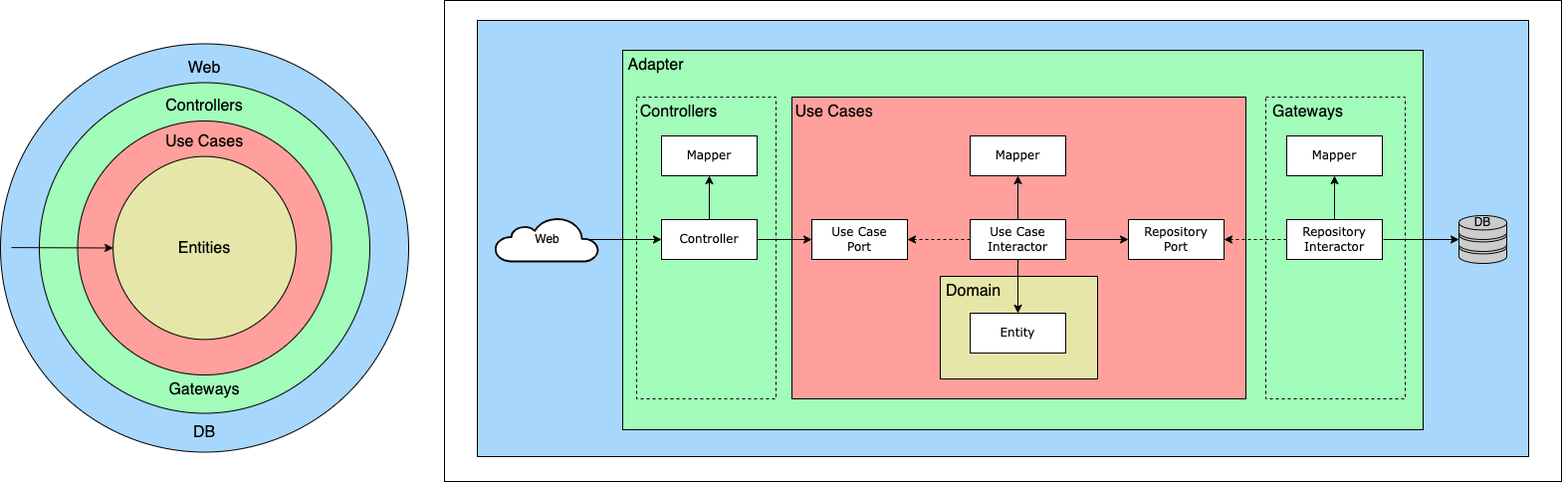
Jiei-S/clean-architecture-go keeps this draw.io diagram as architecture.drawio.png. Above is the earlier version. Source tidied: cells renumbered, new cells last; positions are measured from the earlier drawing's top-left corner, leaving out a move shared by most shapes.
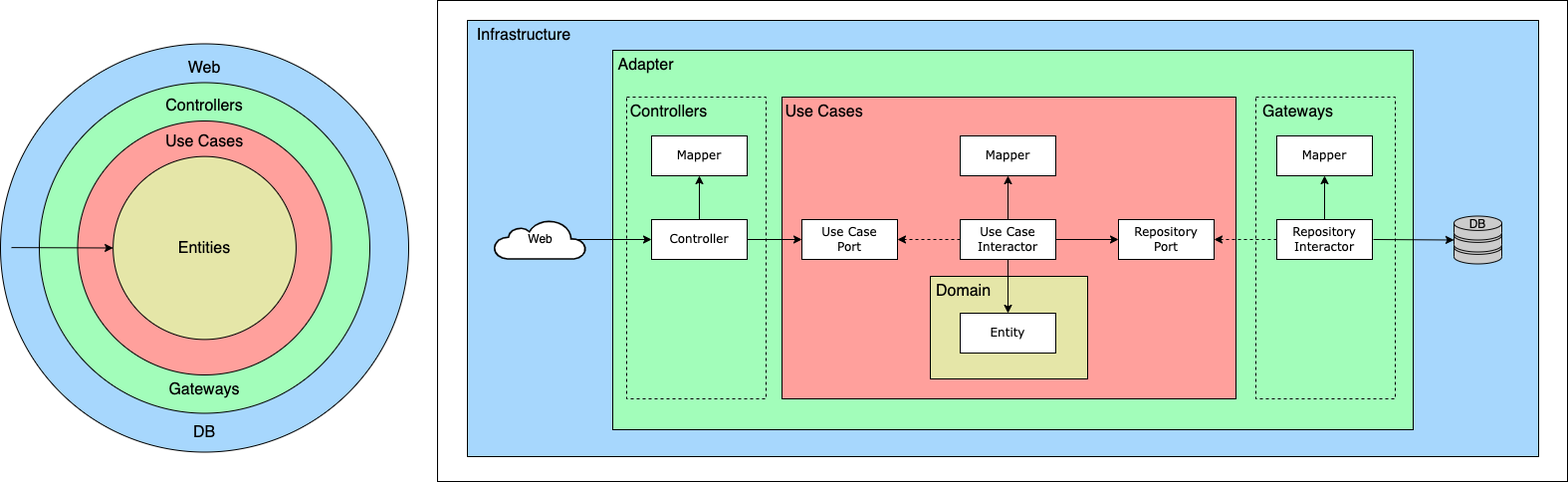
After the change.

Diff of the diagram source:
```diff
@@ -3,10 +3,10 @@
     <mxCell id="0" />
     <mxCell id="1" parent="0" />
     <mxCell id="2" style="whiteSpace=wrap;html=1;fontColor=#000000;fillColor=#fff;strokeColor=#000;" parent="1" vertex="1">
-      <mxGeometry x="446" width="1122" height="483" as="geometry" />
+      <mxGeometry x="449" width="1135" height="483" as="geometry" />
     </mxCell>
     <mxCell id="3" style="whiteSpace=wrap;html=1;fontColor=#000000;fillColor=#A7D7FD;strokeColor=#000;" parent="1" vertex="1">
-      <mxGeometry x="479" y="20" width="1056" height="438" as="geometry" />
+      <mxGeometry x="479" y="20" width="1076" height="438" as="geometry" />
     </mxCell>
     <mxCell id="4" style="whiteSpace=wrap;html=1;fontColor=#000000;fillColor=#A2FDBA;strokeColor=#000;" parent="1" vertex="1">
       <mxGeometry x="625" y="50" width="804" height="381" as="geometry" />
@@ -57,10 +57,10 @@
       <mxGeometry x="974" y="314" width="96" height="40" as="geometry" />
     </mxCell>
     <mxCell id="20" value="Web" style="html=1;fillColor=#fff;strokeColor=#000;gradientColor=none;gradientDirection=north;strokeWidth=2;shape=mxgraph.networks.cloud;fontColor=#000;rounded=0;shadow=0;comic=0;align=center;fontSize=12;" parent="1" vertex="1">
-      <mxGeometry x="497" y="218" width="103.7" height="44" as="geometry" />
+      <mxGeometry x="506" y="220.5" width="91.9" height="39" as="geometry" />
     </mxCell>
     <mxCell id="21" style="fontColor=#0066CC;verticalAlign=top;verticalLabelPosition=bottom;labelPosition=center;align=center;html=1;fillColor=#CCCCCC;strokeColor=#000;gradientColor=none;gradientDirection=north;strokeWidth=2;shape=mxgraph.networks.storage;rounded=0;shadow=0;comic=0;" parent="1" vertex="1">
-      <mxGeometry x="1465" y="216" width="48" height="48" as="geometry" />
+      <mxGeometry x="1470" y="216.5" width="48" height="48" as="geometry" />
     </mxCell>
     <mxCell id="22" value="Adapter" style="text;strokeColor=none;align=center;fillColor=none;html=1;verticalAlign=middle;whiteSpace=wrap;rounded=0;fontSize=16;fontColor=#000;" parent="1" vertex="1">
       <mxGeometry x="625" y="50" width="67" height="30" as="geometry" />
@@ -86,7 +86,7 @@
     <mxCell id="29" value="Mapper" style="whiteSpace=wrap;html=1;rounded=0;shadow=0;comic=0;labelBackgroundColor=none;strokeWidth=1;fontFamily=Verdana;fontSize=12;align=center;fillColor=#ffffff;fontColor=#000000;strokeColor=#000000;" parent="1" vertex="1">
       <mxGeometry x="664" y="136" width="96" height="40" as="geometry" />
     </mxCell>
-    <mxCell id="30" style="edgeStyle=orthogonalEdgeStyle;html=1;labelBackgroundColor=none;startFill=0;endFill=1;fontFamily=Verdana;fontSize=12;strokeColor=#000000;exitX=0.91;exitY=0.5;exitDx=0;exitDy=0;exitPerimeter=0;entryX=0;entryY=0.5;entryDx=0;entryDy=0;" parent="1" edge="1" source="20" target="27">
+    <mxCell id="30" style="html=1;labelBackgroundColor=none;startFill=0;endFill=1;fontFamily=Verdana;fontSize=12;strokeColor=#000000;entryX=0;entryY=0.5;entryDx=0;entryDy=0;exitX=0.91;exitY=0.5;exitDx=0;exitDy=0;exitPerimeter=0;" parent="1" edge="1" source="20" target="27">
       <mxGeometry relative="1" as="geometry" />
     </mxCell>
     <mxCell id="31" value="Controllers" style="text;strokeColor=none;align=center;fillColor=none;html=1;verticalAlign=middle;whiteSpace=wrap;rounded=0;fontSize=16;fontColor=#000;" parent="1" vertex="1">
@@ -104,42 +104,45 @@
       </mxGeometry>
     </mxCell>
     <mxCell id="35" value="DB" style="text;strokeColor=none;align=center;fillColor=none;html=1;verticalAlign=middle;whiteSpace=wrap;rounded=0;dashed=1;fontSize=12;fontColor=#000;" parent="1" vertex="1">
-      <mxGeometry x="1459" y="208" width="60" height="30" as="geometry" />
+      <mxGeometry x="1464" y="210" width="60" height="30" as="geometry" />
     </mxCell>
     <mxCell id="36" style="ellipse;whiteSpace=wrap;html=1;fillColor=#a7d7fd;strokeColor=#000000;" parent="1" vertex="1">
-      <mxGeometry y="43.5" width="410" height="410" as="geometry" />
+      <mxGeometry x="10" y="43.5" width="410" height="410" as="geometry" />
     </mxCell>
     <mxCell id="37" style="ellipse;whiteSpace=wrap;html=1;fillColor=#a2fdba;strokeColor=#000000;" parent="1" vertex="1">
-      <mxGeometry x="39" y="82.5" width="332" height="332" as="geometry" />
+      <mxGeometry x="49" y="82.5" width="332" height="332" as="geometry" />
     </mxCell>
     <mxCell id="38" style="ellipse;whiteSpace=wrap;html=1;fillColor=#ffa09c;strokeColor=#000000;" parent="1" vertex="1">
-      <mxGeometry x="77.5" y="121" width="255" height="255" as="geometry" />
+      <mxGeometry x="87.5" y="121" width="255" height="255" as="geometry" />
     </mxCell>
     <mxCell id="39" style="ellipse;whiteSpace=wrap;html=1;fillColor=#e5e6a8;strokeColor=#000000;" parent="1" vertex="1">
-      <mxGeometry x="113.1" y="156.6" width="183.8" height="183.8" as="geometry" />
+      <mxGeometry x="123.1" y="156.6" width="183.8" height="183.8" as="geometry" />
     </mxCell>
     <mxCell id="40" value="Entities" style="text;align=center;html=1;verticalAlign=middle;whiteSpace=wrap;rounded=0;fontColor=#000000;fontSize=16;fontFamily=Helvetica;" parent="1" vertex="1">
-      <mxGeometry x="175" y="233.5" width="60" height="30" as="geometry" />
+      <mxGeometry x="185" y="233.5" width="60" height="30" as="geometry" />
     </mxCell>
     <mxCell id="41" value="Use Cases" style="text;align=center;html=1;verticalAlign=middle;whiteSpace=wrap;rounded=0;fontColor=#000000;fontSize=16;fontFamily=Helvetica;" parent="1" vertex="1">
-      <mxGeometry x="142" y="126.6" width="126" height="30" as="geometry" />
+      <mxGeometry x="152" y="126.6" width="126" height="30" as="geometry" />
     </mxCell>
     <mxCell id="42" value="Controllers" style="text;align=center;html=1;verticalAlign=middle;whiteSpace=wrap;rounded=0;fontColor=#000000;fontSize=16;fontFamily=Helvetica;rotation=0;" parent="1" vertex="1">
-      <mxGeometry x="142" y="91" width="126" height="30" as="geometry" />
+      <mxGeometry x="152" y="91" width="126" height="30" as="geometry" />
     </mxCell>
     <mxCell id="43" value="Gateways" style="text;align=center;html=1;verticalAlign=middle;whiteSpace=wrap;rounded=0;fontColor=#000000;fontSize=16;fontFamily=Helvetica;rotation=0;" parent="1" vertex="1">
-      <mxGeometry x="142" y="376" width="126" height="30" as="geometry" />
+      <mxGeometry x="152" y="376" width="126" height="30" as="geometry" />
     </mxCell>
     <mxCell id="44" value="DB" style="text;align=center;html=1;verticalAlign=middle;whiteSpace=wrap;rounded=0;fontColor=#000000;fontSize=16;fontFamily=Helvetica;rotation=0;" parent="1" vertex="1">
-      <mxGeometry x="142" y="418.5" width="126" height="30" as="geometry" />
+      <mxGeometry x="152" y="418.5" width="126" height="30" as="geometry" />
     </mxCell>
     <mxCell id="45" value="Web" style="text;align=center;html=1;verticalAlign=middle;whiteSpace=wrap;rounded=0;fontColor=#000000;fontSize=16;fontFamily=Helvetica;rotation=0;" parent="1" vertex="1">
-      <mxGeometry x="142" y="52.5" width="126" height="30" as="geometry" />
+      <mxGeometry x="152" y="52.5" width="126" height="30" as="geometry" />
     </mxCell>
     <mxCell id="46" style="endArrow=classic;html=1;rounded=0;fontColor=#000000;strokeColor=#000000;entryX=0;entryY=0.5;entryDx=0;entryDy=0;" parent="1" edge="1" target="39">
       <mxGeometry relative="1" as="geometry">
-        <mxPoint x="11" y="248.1" as="sourcePoint" />
+        <mxPoint x="21" y="248.1" as="sourcePoint" />
       </mxGeometry>
     </mxCell>
+    <mxCell id="47" value="Infrastructure" style="text;strokeColor=none;align=center;fillColor=none;html=1;verticalAlign=middle;whiteSpace=wrap;rounded=0;fontSize=16;fontColor=#000;" parent="1" vertex="1">
+      <mxGeometry x="479" y="20" width="114" height="30" as="geometry" />
+    </mxCell>
   </root>
 </mxGraphModel>
```
